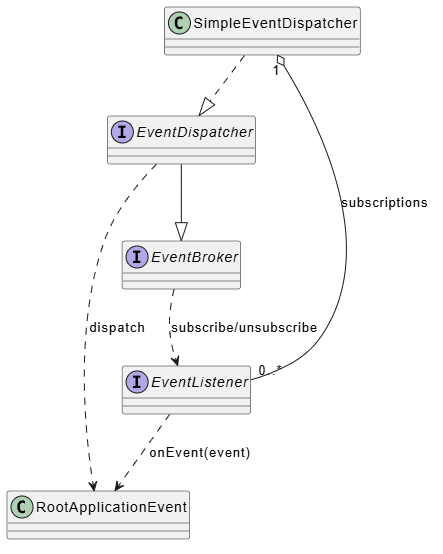
Above: Aditya_findings/Part1_Findings/diagrams/observer_uml.png in akdswordguy/Team_B7_DP (PlantUML), before the change. Its source is kept beside it as Aditya_findings/Part1_Findings/diagrams/observer_uml.puml.
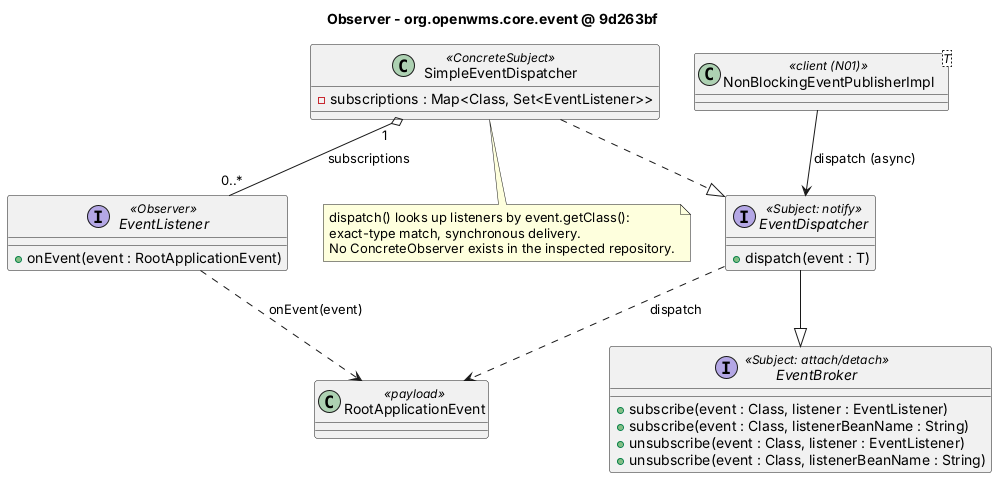
The same diagram one commit later.

The edit, as a diff of the source:
```diff
@@ -1,14 +1,32 @@
 @startuml
-interface EventBroker
-interface EventDispatcher
-interface EventListener
-class SimpleEventDispatcher
-class RootApplicationEvent
+title Observer - org.openwms.core.event @ 9d263bf
+interface EventBroker <<Subject: attach/detach>> {
+  +subscribe(event : Class, listener : EventListener)
+  +subscribe(event : Class, listenerBeanName : String)
+  +unsubscribe(event : Class, listener : EventListener)
+  +unsubscribe(event : Class, listenerBeanName : String)
+}
+interface EventDispatcher <<Subject: notify>> {
+  +dispatch(event : T)
+}
+class SimpleEventDispatcher <<ConcreteSubject>> {
+  -subscriptions : Map<Class, Set<EventListener>>
+}
+interface EventListener <<Observer>> {
+  +onEvent(event : RootApplicationEvent)
+}
+class RootApplicationEvent <<payload>>
+class "NonBlockingEventPublisherImpl<T>" as NBP <<client (N01)>>
 
 EventDispatcher --|> EventBroker
 SimpleEventDispatcher ..|> EventDispatcher
 SimpleEventDispatcher "1" o-- "0..*" EventListener : subscriptions
-EventBroker ..> EventListener : subscribe/unsubscribe
+EventListener ..> RootApplicationEvent : onEvent(event)
 EventDispatcher ..> RootApplicationEvent : dispatch
-EventListener ..> RootApplicationEvent : onEvent(event)
+NBP --> EventDispatcher : dispatch (async)
+note bottom of SimpleEventDispatcher
+  dispatch() looks up listeners by event.getClass():
+  exact-type match, synchronous delivery.
+  No ConcreteObserver exists in the inspected repository.
+end note
 @enduml
```
